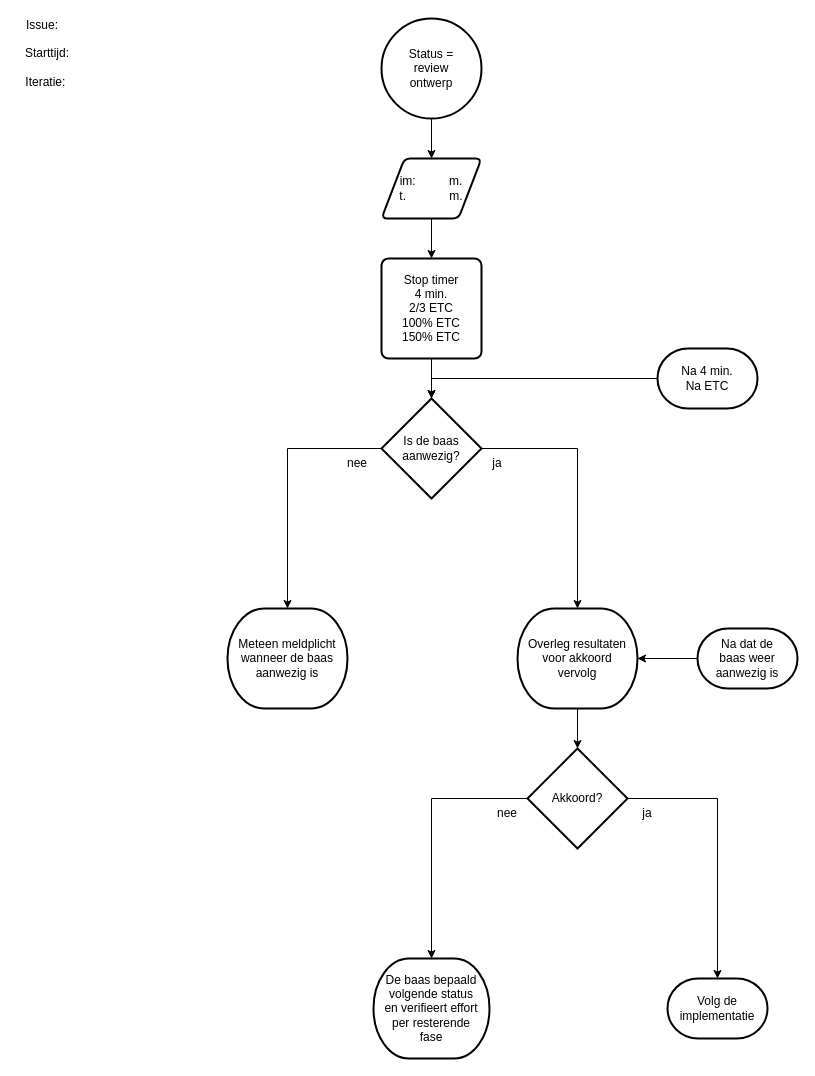
Earlier version of the draw.io diagram 6 Issue Tracker review ontwerp.drawio (Zaibatsu89/IssueTracker). Source tidied: cells renumbered, new cells numbered last; positions are measured from the earlier drawing's top-left corner, leaving out a move shared by most shapes. Both pictures are drawn from the tidied source at 100%, with x=0, y=0 at pixel (17, 18).
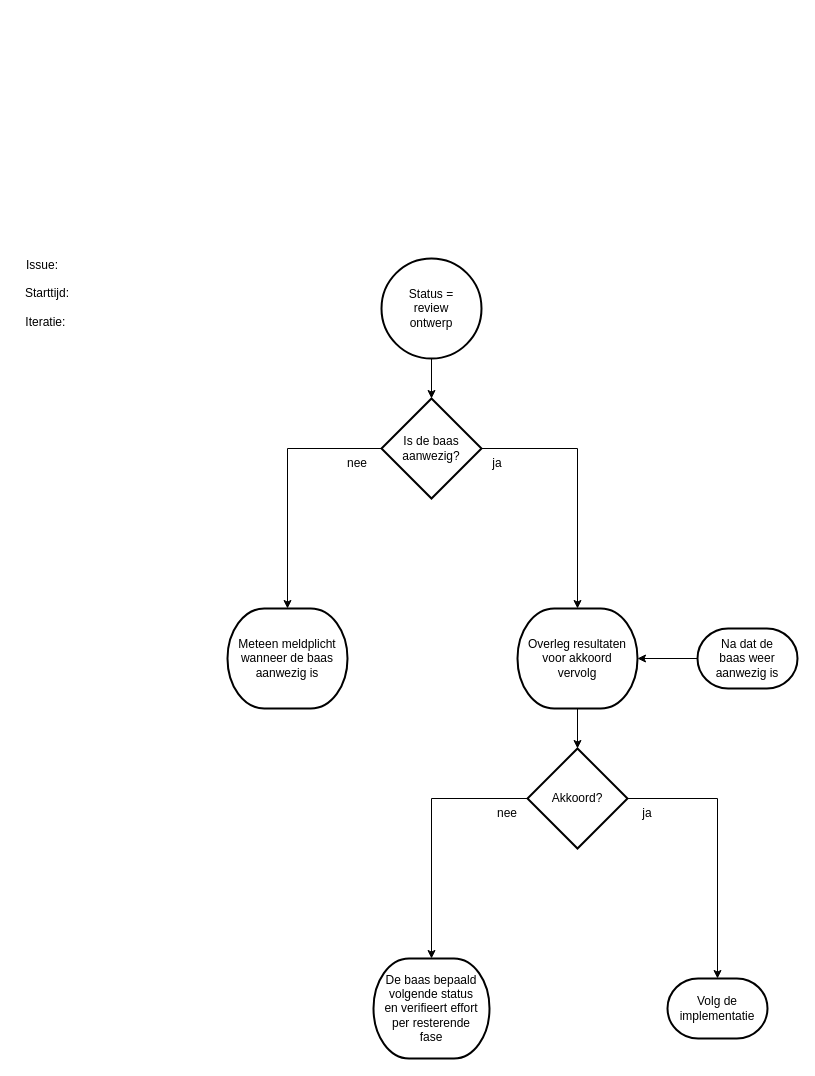
The same page after the edit.

Commit message (it also covers changes not shown here):
herstel stop timer bij 4 minuten evaluatie en 2/3, 100%, 150% ETC in intake, analyse, ontwerp, implementatie en test

Unchanged cells that the change refers to:
```xml
<mxCell id="6" value="Is de baas&lt;br&gt;aanwezig?" style="strokeWidth=2;html=1;shape=mxgraph.flowchart.decision;whiteSpace=wrap;" parent="1" vertex="1">
  <mxGeometry x="364" y="380" width="100" height="100" as="geometry" />
</mxCell>
```

Diff of the diagram source:
```diff
@@
-    <mxCell id="2" style="edgeStyle=orthogonalEdgeStyle;rounded=0;jettySize=auto;html=1;" parent="1" edge="1" source="3" target="26">
-      <mxGeometry relative="1" as="geometry" />
-    </mxCell>
     <mxCell id="3" value="Status =&lt;br&gt;review&lt;br&gt;ontwerp" style="strokeWidth=2;html=1;shape=mxgraph.flowchart.start_2;whiteSpace=wrap;" parent="1" vertex="1">
-      <mxGeometry x="364" width="100" height="100" as="geometry" />
+      <mxGeometry x="364" y="240" width="100" height="100" as="geometry" />
     </mxCell>
-    <mxCell id="4" style="edgeStyle=orthogonalEdgeStyle;rounded=0;jettySize=auto;html=1;" parent="1" edge="1" source="5" target="6">
-      <mxGeometry relative="1" as="geometry" />
-    </mxCell>
-    <mxCell id="5" value="Stop timer&lt;br&gt;4 min.&lt;div&gt;2/3 ETC&lt;br&gt;100% ETC&lt;br&gt;150% ETC&lt;/div&gt;" style="rounded=1;whiteSpace=wrap;html=1;absoluteArcSize=1;arcSize=14;strokeWidth=2;" parent="1" vertex="1">
-      <mxGeometry x="364" y="240" width="100" height="100" as="geometry" />
-    </mxCell>
@@
-    <mxCell id="10" value="Na 4 min.&lt;br&gt;Na ETC" style="strokeWidth=2;html=1;shape=mxgraph.flowchart.terminator;whiteSpace=wrap;" parent="1" vertex="1">
-      <mxGeometry x="640" y="330" width="100" height="60" as="geometry" />
-    </mxCell>
-    <mxCell id="11" style="edgeStyle=orthogonalEdgeStyle;rounded=0;jettySize=auto;html=1;exitX=0;exitY=0.5;exitDx=0;exitDy=0;exitPerimeter=0;entryX=0.5;entryY=0;entryDx=0;entryDy=0;entryPerimeter=0;" parent="1" edge="1" source="10" target="6">
-      <mxGeometry relative="1" as="geometry" />
-    </mxCell>
@@
-    <mxCell id="25" style="edgeStyle=orthogonalEdgeStyle;rounded=0;jettySize=auto;html=1;" parent="1" edge="1" source="26" target="5">
-      <mxGeometry relative="1" as="geometry" />
-    </mxCell>
-    <mxCell id="26" value="im:&amp;nbsp; &amp;nbsp; &amp;nbsp; &amp;nbsp; &amp;nbsp; m.&lt;br&gt;t.&amp;nbsp; &amp;nbsp; &amp;nbsp; &amp;nbsp; &amp;nbsp; &amp;nbsp; &amp;nbsp;m." style="shape=parallelogram;html=1;strokeWidth=2;perimeter=parallelogramPerimeter;whiteSpace=wrap;rounded=1;arcSize=12;size=0.23;" parent="1" vertex="1">
-      <mxGeometry x="364" y="140" width="100" height="60" as="geometry" />
-    </mxCell>
     <mxCell id="27" value="Issue:&amp;nbsp; &amp;nbsp;&lt;br&gt;&lt;br&gt;Starttijd:&lt;br&gt;&lt;br&gt;Iteratie:&amp;nbsp;" style="text;html=1;align=center;verticalAlign=middle;whiteSpace=wrap;rounded=0;" parent="1" vertex="1">
-      <mxGeometry y="20" width="60" height="30" as="geometry" />
+      <mxGeometry y="260" width="60" height="30" as="geometry" />
     </mxCell>
+    <mxCell id="28" style="edgeStyle=orthogonalEdgeStyle;rounded=0;jettySize=auto;html=1;exitX=0.5;exitY=1;exitDx=0;exitDy=0;exitPerimeter=0;entryX=0.5;entryY=0;entryDx=0;entryDy=0;entryPerimeter=0;" parent="1" edge="1" source="3" target="6">
+      <mxGeometry relative="1" as="geometry" />
+    </mxCell>
```
